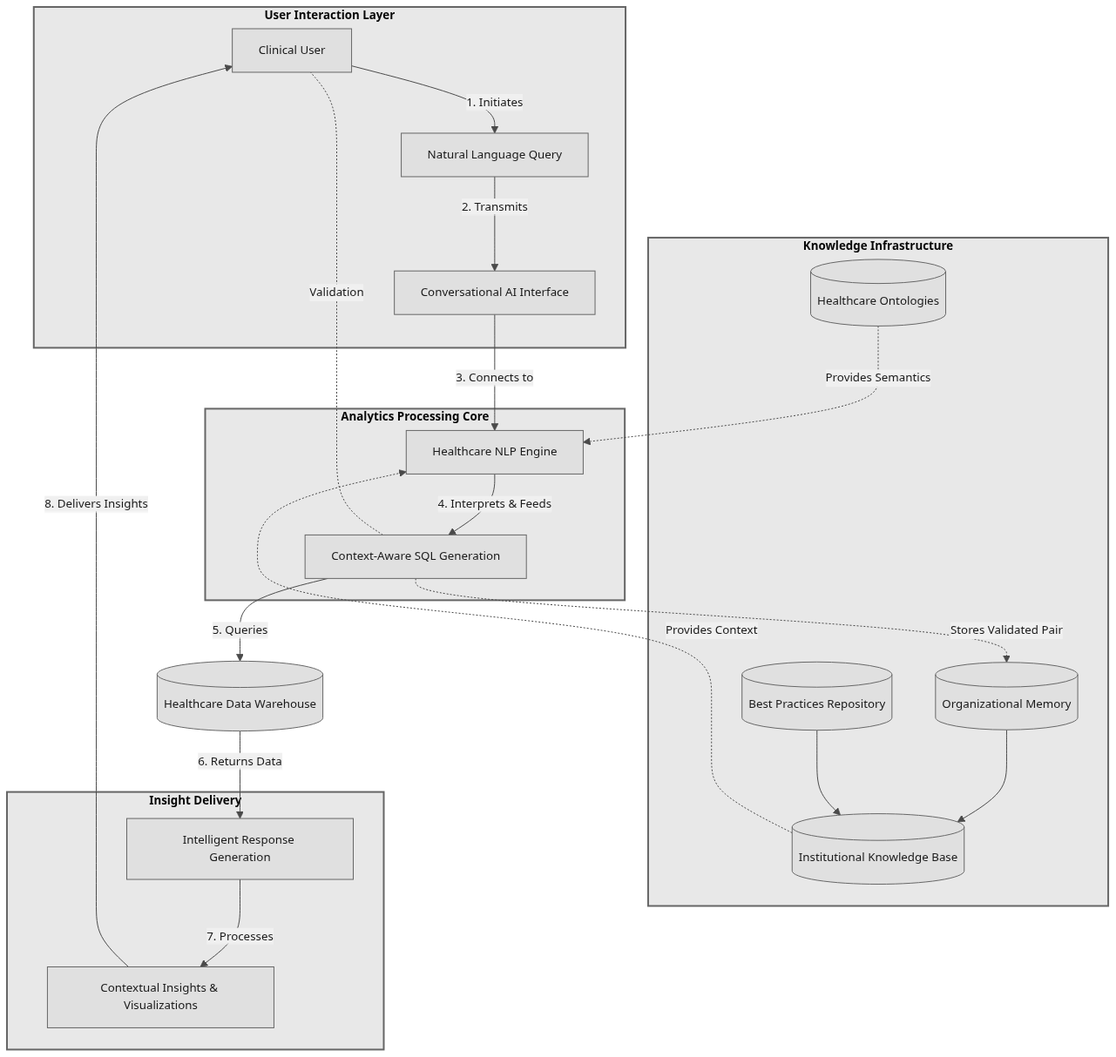
Earlier version of the Mermaid export figures/architecture.mmd.png (stharrold/yuimedi-paper-20250901). Its source is kept beside it as figures/architecture.mmd.
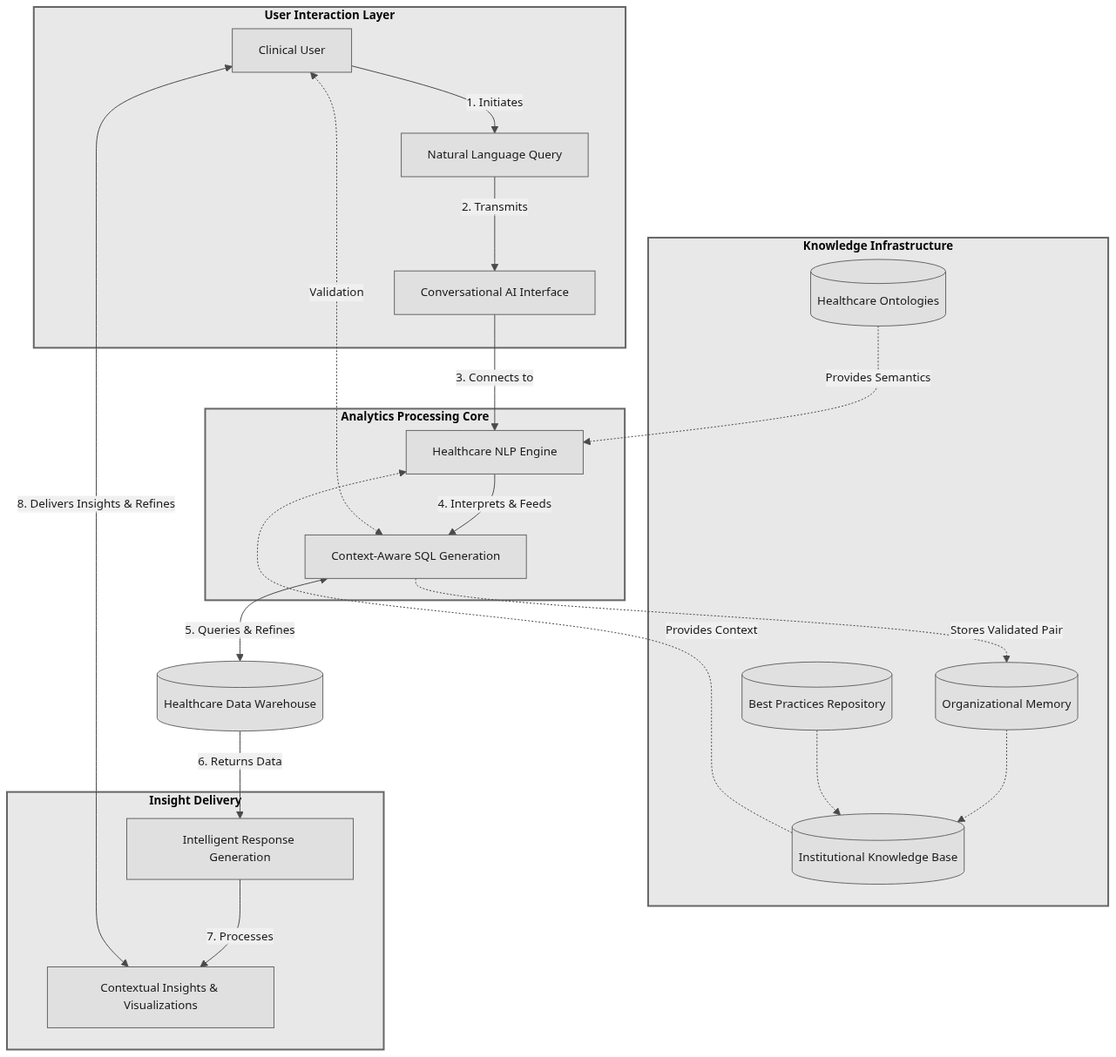
Later version of the same file.

Commit message:
docs: correct line style in architecture figure

What changed in the source:
```diff
@@ -7,8 +7,8 @@
     end
 
     subgraph Knowledge["<b>Knowledge Infrastructure</b>"]
-        D[("Organizational Memory")] --> G[("Institutional Knowledge Base")]
-        E[("Best Practices Repository")] --> G
+        D[("Organizational Memory")] -.-> G[("Institutional Knowledge Base")]
+        E[("Best Practices Repository")] -.-> G
         F[("Healthcare Ontologies")]
     end
 
```
